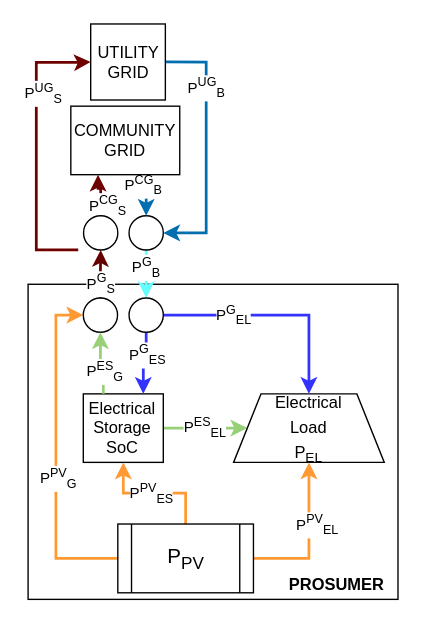
neethumaya/RoughWork keeps this draw.io diagram as Community_2.drawio. Above is the earlier version. Source tidied: cells renumbered, new cells numbered last; positions are measured from the earlier drawing's top-left corner, leaving out a move shared by most shapes. Both pictures are drawn from the tidied source at 137%, with x=0, y=0 at pixel (27, 23).
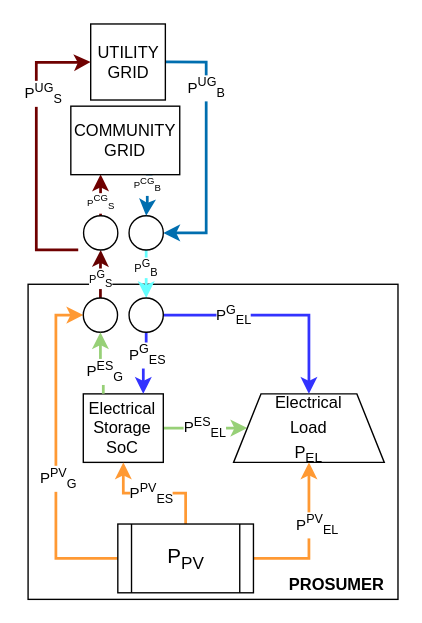
Above is the later version.

Unchanged cells that the change refers to:
```xml
<mxCell id="3" style="edgeStyle=orthogonalEdgeStyle;rounded=0;jettySize=auto;html=1;strokeColor=#66FFFF;exitX=0.5;exitY=1;exitDx=0;exitDy=0;strokeWidth=2;entryX=0.5;entryY=0;entryDx=0;entryDy=0;" parent="1" edge="1" source="29" target="38">
  <mxGeometry relative="1" as="geometry">
    <Array as="points">
      <mxPoint x="86" y="160" />
      <mxPoint x="86" y="160" />
    </Array>
  </mxGeometry>
</mxCell>
<mxCell id="23" style="edgeStyle=orthogonalEdgeStyle;rounded=0;jettySize=auto;html=1;strokeColor=#660000;entryX=0.5;entryY=1;entryDx=0;entryDy=0;strokeWidth=2;exitX=0.501;exitY=0;exitDx=0;exitDy=0;exitPerimeter=0;" parent="1" edge="1" source="25" target="34">
  <mxGeometry relative="1" as="geometry">
    <Array as="points">
      <mxPoint x="53" y="180" />
      <mxPoint x="53" y="155" />
    </Array>
  </mxGeometry>
</mxCell>
<mxCell id="29" style="ellipse;whiteSpace=wrap;html=1;" parent="1" vertex="1">
  <mxGeometry x="73.7" y="140" width="25" height="25" as="geometry" />
</mxCell>
<mxCell id="34" style="ellipse;whiteSpace=wrap;html=1;" parent="1" vertex="1">
  <mxGeometry x="40.5" y="140" width="25" height="25" as="geometry" />
</mxCell>
<mxCell id="37" value="COMMUNITY&lt;br&gt;GRID" style="rounded=0;whiteSpace=wrap;html=1;fontSize=12;" parent="1" vertex="1">
  <mxGeometry x="31.2" y="60" width="79.5" height="50" as="geometry" />
</mxCell>
```

Diff of the diagram source:
```diff
@@
-    <mxCell id="4" value="P&lt;sup&gt;G&lt;/sup&gt;&lt;sub&gt;B&lt;/sub&gt;" style="edgeLabel;html=1;align=center;verticalAlign=middle;" parent="3" vertex="1">
+    <mxCell id="4" value="P&lt;sup style=&quot;font-size: 8px;&quot;&gt;G&lt;/sup&gt;&lt;sub style=&quot;font-size: 8px;&quot;&gt;B&lt;/sub&gt;" style="edgeLabel;html=1;align=center;verticalAlign=middle;fontSize=8;" parent="3" vertex="1">
       <mxGeometry x="-0.01" y="-1" relative="1" as="geometry" />
     </mxCell>
@@
-    <mxCell id="24" value="P&lt;sup&gt;G&lt;/sup&gt;&lt;sub&gt;S&lt;/sub&gt;" style="edgeLabel;html=1;align=center;verticalAlign=middle;" parent="23" vertex="1">
+    <mxCell id="24" value="P&lt;sup style=&quot;font-size: 8px;&quot;&gt;G&lt;/sup&gt;&lt;sub style=&quot;font-size: 8px;&quot;&gt;S&lt;/sub&gt;" style="edgeLabel;html=1;align=center;verticalAlign=middle;fontSize=8;" parent="23" vertex="1">
       <mxGeometry x="-0.39" y="-1" relative="1" as="geometry">
-        <mxPoint x="-1" y="1" as="offset" />
+        <mxPoint x="-1" y="-3" as="offset" />
       </mxGeometry>
     </mxCell>
@@
-    <mxCell id="30" style="edgeStyle=orthogonalEdgeStyle;rounded=0;jettySize=auto;html=1;entryX=0.25;entryY=1;entryDx=0;entryDy=0;fillColor=#a20025;strokeColor=#6F0000;strokeWidth=2;" parent="1" edge="1" source="34" target="37">
-      <mxGeometry relative="1" as="geometry" />
+    <mxCell id="30" style="edgeStyle=orthogonalEdgeStyle;rounded=0;orthogonalLoop=1;jettySize=auto;html=1;entryX=0.25;entryY=1;entryDx=0;entryDy=0;fillColor=#a20025;strokeColor=#6F0000;strokeWidth=2;" parent="1" edge="1">
+      <mxGeometry relative="1" as="geometry">
+        <mxPoint x="52.9" y="140" as="sourcePoint" />
+        <mxPoint x="52.9" y="109.8" as="targetPoint" />
+        <Array as="points">
+          <mxPoint x="52.8" y="119.8" />
+        </Array>
+      </mxGeometry>
     </mxCell>
-    <mxCell id="31" value="P&lt;sup&gt;CG&lt;/sup&gt;&lt;sub&gt;S&lt;/sub&gt;" style="edgeLabel;html=1;align=center;verticalAlign=middle;" parent="30" vertex="1">
+    <mxCell id="31" value="P&lt;sup style=&quot;font-size: 7px;&quot;&gt;CG&lt;/sup&gt;&lt;sub style=&quot;font-size: 7px;&quot;&gt;S&lt;/sub&gt;" style="edgeLabel;html=1;align=center;verticalAlign=middle;fontSize=7;" parent="30" vertex="1">
       <mxGeometry x="0.27" y="1" relative="1" as="geometry">
-        <mxPoint x="4" y="11" as="offset" />
+        <mxPoint x="1" y="9" as="offset" />
       </mxGeometry>
     </mxCell>
@@
     <mxCell id="35" style="edgeStyle=orthogonalEdgeStyle;rounded=0;jettySize=auto;html=1;entryX=0.5;entryY=0;entryDx=0;entryDy=0;fillColor=#1ba1e2;strokeColor=#006EAF;strokeWidth=2;exitX=0.75;exitY=1;exitDx=0;exitDy=0;" parent="1" edge="1" source="37" target="29">
-      <mxGeometry relative="1" as="geometry" />
+      <mxGeometry relative="1" as="geometry">
+        <Array as="points">
+          <mxPoint x="87" y="130" />
+          <mxPoint x="86" y="130" />
+        </Array>
+      </mxGeometry>
     </mxCell>
-    <mxCell id="36" value="P&lt;sup&gt;CG&lt;/sup&gt;&lt;sub&gt;B&lt;/sub&gt;" style="edgeLabel;html=1;align=center;verticalAlign=middle;" parent="35" vertex="1">
+    <mxCell id="36" value="P&lt;sup style=&quot;font-size: 7px;&quot;&gt;CG&lt;/sup&gt;&lt;sub style=&quot;font-size: 7px;&quot;&gt;B&lt;/sub&gt;" style="edgeLabel;html=1;align=center;verticalAlign=middle;fontSize=7;" parent="35" vertex="1">
       <mxGeometry x="-0.29" y="-1" relative="1" as="geometry">
-        <mxPoint x="-2" as="offset" />
+        <mxPoint y="-1" as="offset" />
       </mxGeometry>
     </mxCell>
```
